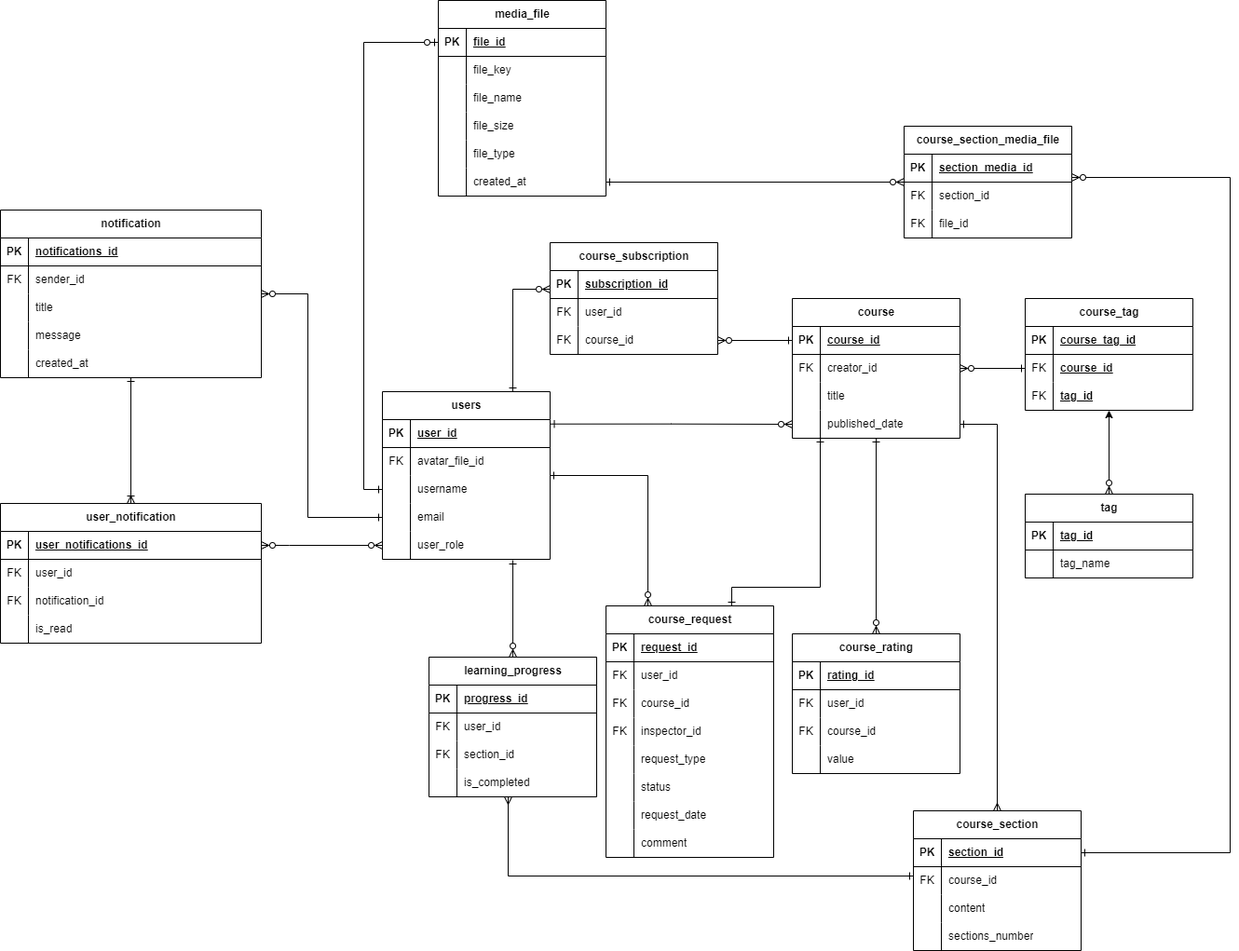
The draw.io diagram diagrams/ER диаграмма (Entity Relations diagram)/ER diagram.png in sahland/9.5-Team, before a commit. Source tidied: cells renumbered, new cells last; positions are measured from the earlier drawing's top-left corner, leaving out a move shared by most shapes.
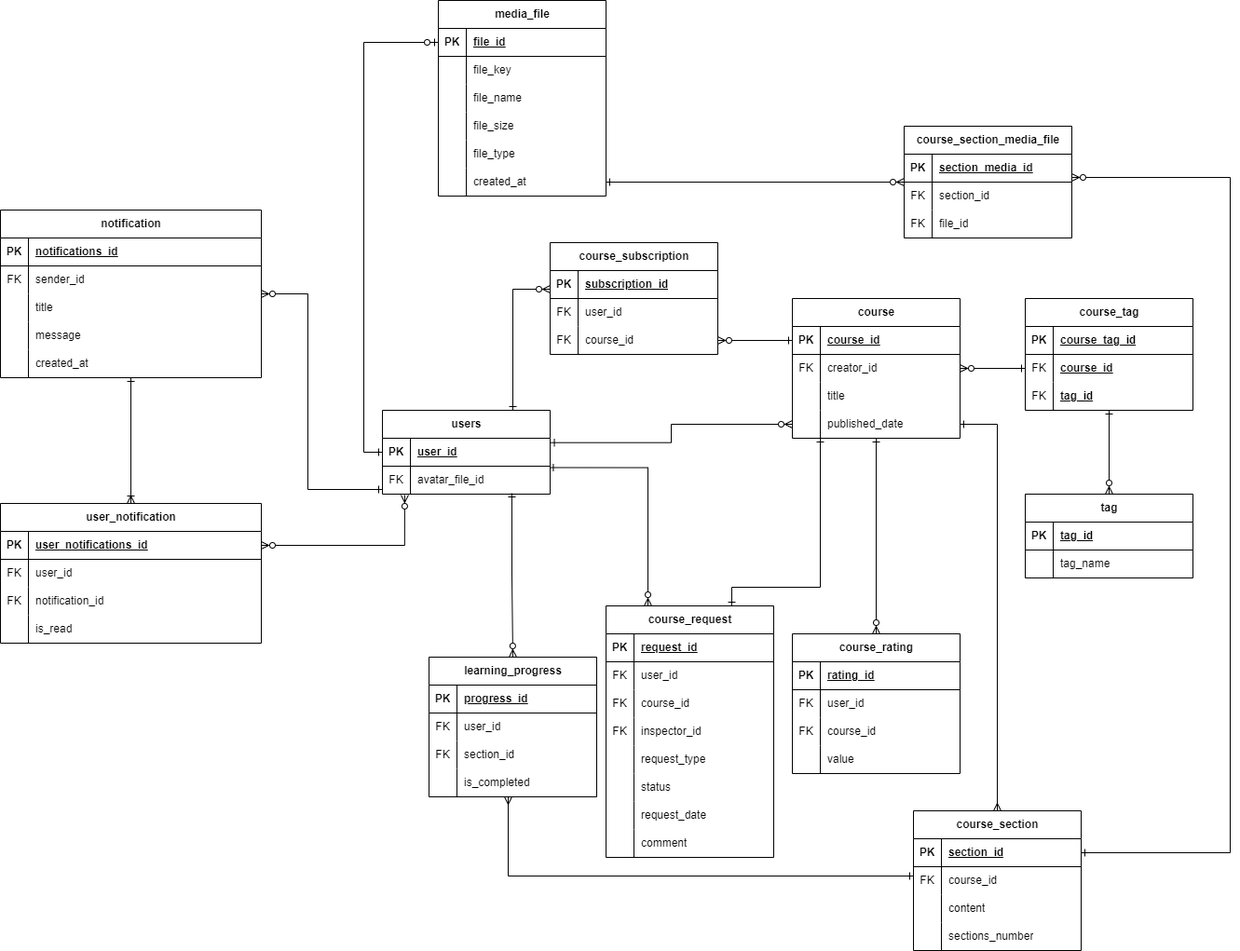
The same diagram one commit later.

Commit message:
fix: chage diagrams user db table

The edit, as a diff of the source:
```diff
@@ -2,30 +2,29 @@
   <root>
     <mxCell id="0" />
     <mxCell id="1" parent="0" />
-    <mxCell id="2" style="edgeStyle=orthogonalEdgeStyle;rounded=0;jettySize=auto;html=1;startArrow=ERone;startFill=0;endArrow=ERzeroToMany;endFill=0;exitX=0.778;exitY=1.033;exitDx=0;exitDy=0;exitPerimeter=0;" parent="1" edge="1" source="19" target="74">
+    <mxCell id="2" style="edgeStyle=orthogonalEdgeStyle;rounded=0;jettySize=auto;html=1;startArrow=ERone;startFill=0;endArrow=ERzeroToMany;endFill=0;exitX=0.772;exitY=0.967;exitDx=0;exitDy=0;exitPerimeter=0;" parent="1" edge="1" source="10" target="74">
       <mxGeometry relative="1" as="geometry" />
     </mxCell>
-    <mxCell id="3" style="edgeStyle=orthogonalEdgeStyle;rounded=0;jettySize=auto;html=1;startArrow=ERone;startFill=0;endArrow=ERzeroToMany;endFill=0;entryX=0.25;entryY=0;entryDx=0;entryDy=0;" parent="1" edge="1" source="6" target="88">
+    <mxCell id="3" style="edgeStyle=orthogonalEdgeStyle;rounded=0;jettySize=auto;html=1;startArrow=ERone;startFill=0;endArrow=ERzeroToMany;endFill=0;entryX=0.25;entryY=0;entryDx=0;entryDy=0;exitX=0.997;exitY=0.05;exitDx=0;exitDy=0;exitPerimeter=0;" parent="1" edge="1" source="10" target="88">
       <mxGeometry relative="1" as="geometry" />
     </mxCell>
-    <mxCell id="4" style="edgeStyle=orthogonalEdgeStyle;rounded=0;jettySize=auto;html=1;startArrow=ERone;startFill=0;endArrow=ERzeroToOne;endFill=0;entryX=0;entryY=0.5;entryDx=0;entryDy=0;" parent="1" edge="1" source="6" target="118">
+    <mxCell id="4" style="edgeStyle=orthogonalEdgeStyle;rounded=0;jettySize=auto;html=1;startArrow=ERone;startFill=0;endArrow=ERzeroToOne;endFill=0;entryX=0;entryY=0.5;entryDx=0;entryDy=0;exitX=0;exitY=0.5;exitDx=0;exitDy=0;" parent="1" edge="1" source="7" target="118">
       <mxGeometry relative="1" as="geometry">
         <Array as="points">
-          <mxPoint x="390" y="525" />
+          <mxPoint x="390" y="485" />
           <mxPoint x="390" y="45" />
         </Array>
       </mxGeometry>
     </mxCell>
-    <mxCell id="5" style="edgeStyle=orthogonalEdgeStyle;rounded=0;jettySize=auto;html=1;startArrow=ERzeroToMany;startFill=0;endArrow=ERzeroToMany;endFill=0;entryX=1;entryY=0.5;entryDx=0;entryDy=0;exitX=0;exitY=0.5;exitDx=0;exitDy=0;" parent="1" edge="1" source="19" target="167">
+    <mxCell id="5" style="edgeStyle=orthogonalEdgeStyle;rounded=0;jettySize=auto;html=1;startArrow=ERzeroToMany;startFill=0;endArrow=ERzeroToMany;endFill=0;entryX=1;entryY=0.5;entryDx=0;entryDy=0;exitX=0.133;exitY=1.033;exitDx=0;exitDy=0;exitPerimeter=0;" parent="1" edge="1" source="10" target="167">
       <mxGeometry relative="1" as="geometry">
         <Array as="points">
-          <mxPoint x="310" y="585" />
-          <mxPoint x="310" y="585" />
+          <mxPoint x="434" y="585" />
         </Array>
       </mxGeometry>
     </mxCell>
     <mxCell id="6" value="users" style="shape=table;startSize=30;rowLines=0;fontStyle=1;align=center;html=1;" parent="1" vertex="1">
-      <mxGeometry x="410" y="420" width="180" height="180" as="geometry" />
+      <mxGeometry x="410" y="440" width="180" height="90" as="geometry" />
     </mxCell>
     <mxCell id="7" style="shape=tableRow;horizontal=0;startSize=0;swimlaneHead=0;swimlaneBody=0;fillColor=none;points=[[0,0.5],[1,0.5]];portConstraint=eastwest;top=0;left=0;right=0;bottom=1;" parent="6" vertex="1">
       <mxGeometry y="30" width="180" height="30" as="geometry" />
@@ -45,33 +44,6 @@
     <mxCell id="12" value="avatar_file_id" style="shape=partialRectangle;fillColor=none;top=0;left=0;bottom=0;right=0;align=left;spacingLeft=6;overflow=hidden;whiteSpace=wrap;html=1;" parent="10" vertex="1">
       <mxGeometry x="30" width="150" height="30" as="geometry" />
     </mxCell>
-    <mxCell id="13" style="shape=tableRow;horizontal=0;startSize=0;swimlaneHead=0;swimlaneBody=0;fillColor=none;top=0;left=0;right=0;bottom=0;" parent="6" vertex="1">
-      <mxGeometry y="90" width="180" height="30" as="geometry" />
-    </mxCell>
-    <mxCell id="14" style="shape=partialRectangle;fillColor=none;top=0;left=0;bottom=0;right=0;overflow=hidden;whiteSpace=wrap;html=1;" parent="13" vertex="1">
-      <mxGeometry width="30" height="30" as="geometry" />
-    </mxCell>
-    <mxCell id="15" value="username" style="shape=partialRectangle;fillColor=none;top=0;left=0;bottom=0;right=0;align=left;spacingLeft=6;overflow=hidden;whiteSpace=wrap;html=1;" parent="13" vertex="1">
-      <mxGeometry x="30" width="150" height="30" as="geometry" />
-    </mxCell>
-    <mxCell id="16" style="shape=tableRow;horizontal=0;startSize=0;swimlaneHead=0;swimlaneBody=0;fillColor=none;points=[[0,0.5],[1,0.5]];portConstraint=eastwest;top=0;left=0;right=0;bottom=0;" parent="6" vertex="1">
-      <mxGeometry y="120" width="180" height="30" as="geometry" />
-    </mxCell>
-    <mxCell id="17" style="shape=partialRectangle;fillColor=none;top=0;left=0;bottom=0;right=0;overflow=hidden;whiteSpace=wrap;html=1;" parent="16" vertex="1">
-      <mxGeometry width="30" height="30" as="geometry" />
-    </mxCell>
-    <mxCell id="18" value="email" style="shape=partialRectangle;fillColor=none;top=0;left=0;bottom=0;right=0;align=left;spacingLeft=6;overflow=hidden;whiteSpace=wrap;html=1;" parent="16" vertex="1">
-      <mxGeometry x="30" width="150" height="30" as="geometry" />
-    </mxCell>
-    <mxCell id="19" style="shape=tableRow;horizontal=0;startSize=0;swimlaneHead=0;swimlaneBody=0;fillColor=none;points=[[0,0.5],[1,0.5]];portConstraint=eastwest;top=0;left=0;right=0;bottom=0;" parent="6" vertex="1">
-      <mxGeometry y="150" width="180" height="30" as="geometry" />
-    </mxCell>
-    <mxCell id="20" style="shape=partialRectangle;fillColor=none;top=0;left=0;bottom=0;right=0;overflow=hidden;whiteSpace=wrap;html=1;" parent="19" vertex="1">
-      <mxGeometry width="30" height="30" as="geometry" />
-    </mxCell>
-    <mxCell id="21" value="user_role" style="shape=partialRectangle;fillColor=none;top=0;left=0;bottom=0;right=0;align=left;spacingLeft=6;overflow=hidden;whiteSpace=wrap;html=1;" parent="19" vertex="1">
-      <mxGeometry x="30" width="150" height="30" as="geometry" />
-    </mxCell>
     <mxCell id="22" style="edgeStyle=orthogonalEdgeStyle;rounded=0;jettySize=auto;html=1;entryX=0.5;entryY=0;entryDx=0;entryDy=0;startArrow=ERone;startFill=0;endArrow=ERzeroToMany;endFill=0;" parent="1" edge="1" source="25" target="51">
       <mxGeometry relative="1" as="geometry" />
     </mxCell>
@@ -476,11 +448,12 @@
     <mxCell id="147" style="edgeStyle=orthogonalEdgeStyle;rounded=0;jettySize=auto;html=1;startArrow=ERzeroToMany;startFill=0;endArrow=ERone;endFill=0;entryX=1;entryY=0.5;entryDx=0;entryDy=0;" parent="1" edge="1" source="136" target="133">
       <mxGeometry relative="1" as="geometry" />
     </mxCell>
-    <mxCell id="148" style="edgeStyle=orthogonalEdgeStyle;rounded=0;jettySize=auto;html=1;entryX=0;entryY=0.5;entryDx=0;entryDy=0;startArrow=ERzeroToMany;startFill=0;endArrow=ERone;endFill=0;" parent="1" edge="1" source="150" target="16">
+    <mxCell id="148" style="edgeStyle=orthogonalEdgeStyle;rounded=0;jettySize=auto;html=1;entryX=0;entryY=0.5;entryDx=0;entryDy=0;startArrow=ERzeroToMany;startFill=0;endArrow=ERone;endFill=0;" parent="1" edge="1" source="150">
       <mxGeometry relative="1" as="geometry">
+        <mxPoint x="410" y="525" as="targetPoint" />
         <Array as="points">
           <mxPoint x="330" y="315" />
-          <mxPoint x="330" y="555" />
+          <mxPoint x="330" y="525" />
         </Array>
       </mxGeometry>
     </mxCell>
@@ -574,7 +547,7 @@
     <mxCell id="178" value="is_read" style="shape=partialRectangle;fillColor=none;top=0;left=0;bottom=0;right=0;align=left;spacingLeft=6;overflow=hidden;whiteSpace=wrap;html=1;" parent="176" vertex="1">
       <mxGeometry x="30" width="250" height="30" as="geometry" />
     </mxCell>
-    <mxCell id="179" style="edgeStyle=orthogonalEdgeStyle;rounded=0;jettySize=auto;html=1;entryX=0.5;entryY=1;entryDx=0;entryDy=0;startArrow=ERzeroToMany;startFill=0;" parent="1" edge="1" source="180" target="187">
+    <mxCell id="179" style="edgeStyle=orthogonalEdgeStyle;rounded=0;jettySize=auto;html=1;entryX=0.5;entryY=1;entryDx=0;entryDy=0;startArrow=ERzeroToMany;startFill=0;endArrow=ERone;endFill=0;" parent="1" edge="1" source="180" target="187">
       <mxGeometry relative="1" as="geometry" />
     </mxCell>
     <mxCell id="180" value="tag" style="shape=table;startSize=30;rowLines=0;fontStyle=1;align=center;html=1;" parent="1" vertex="1">
```
